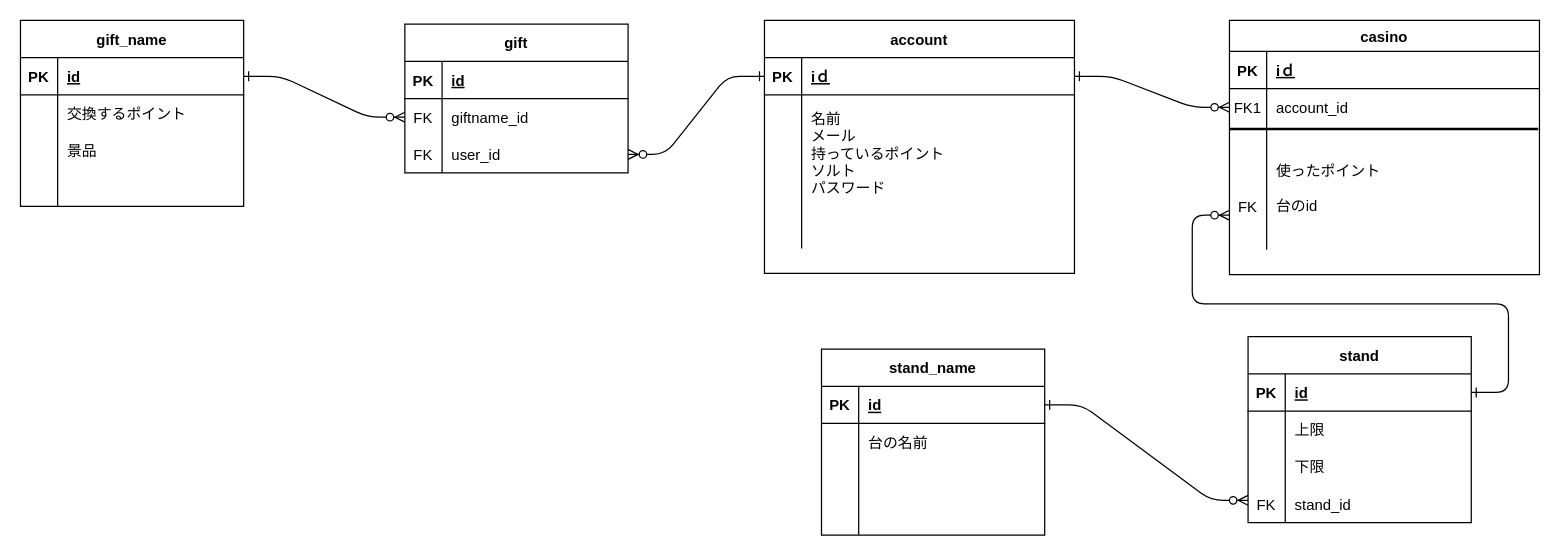
Above: ER図.drawio in tsushima3074/Hackathon_casino (draw.io), before the change. Source tidied: cells renumbered, new cells numbered last; positions are measured from the earlier drawing's top-left corner, leaving out a move shared by most shapes. Both pictures are drawn from the tidied source at 124%, with x=0, y=0 at pixel (20, 20).
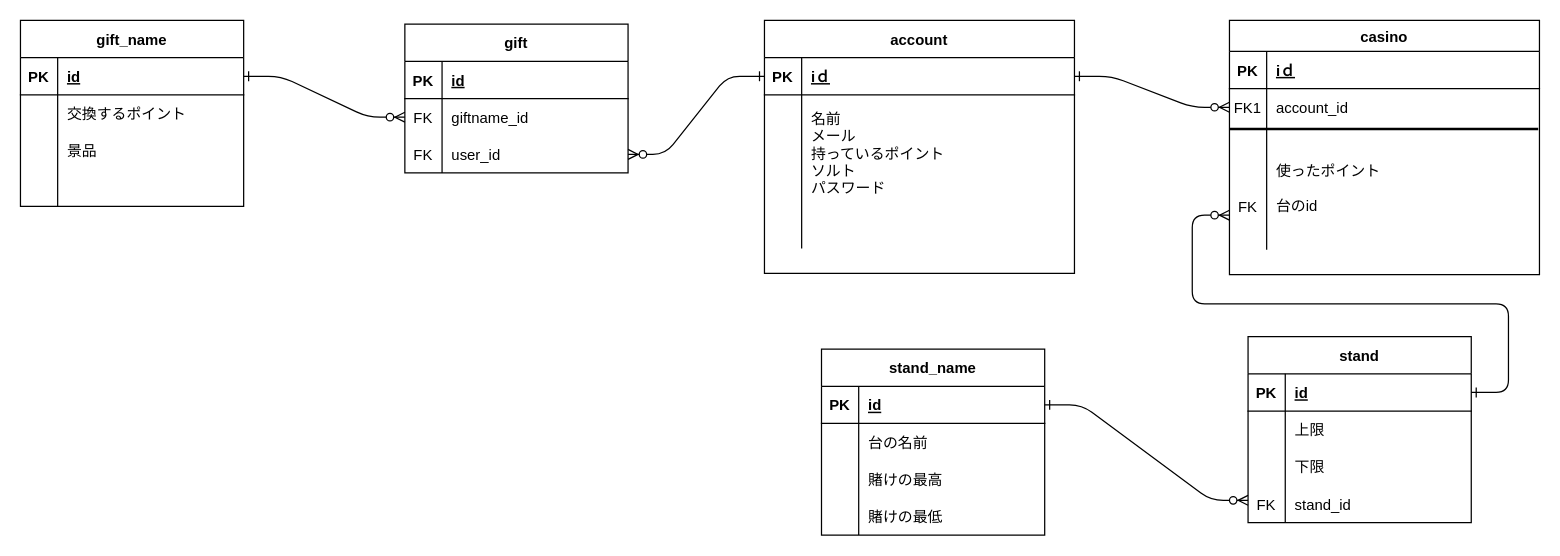
The same page after the edit.

The change refers to these unchanged cells:
```xml
<mxCell id="44" style="shape=tableRow;horizontal=0;startSize=0;swimlaneHead=0;swimlaneBody=0;fillColor=none;top=0;left=0;right=0;bottom=0;" parent="37" vertex="1">
  <mxGeometry y="90" width="180" height="30" as="geometry" />
</mxCell>
<mxCell id="47" style="shape=tableRow;horizontal=0;startSize=0;swimlaneHead=0;swimlaneBody=0;fillColor=none;top=0;left=0;right=0;bottom=0;" parent="37" vertex="1">
  <mxGeometry y="120" width="180" height="30" as="geometry" />
</mxCell>
```

Change to the diagram source:
```diff
@@
-    <mxCell id="46" style="shape=partialRectangle;fillColor=none;top=0;left=0;bottom=0;right=0;align=left;spacingLeft=6;overflow=hidden;" parent="44" vertex="1">
+    <mxCell id="46" value="賭けの最高" style="shape=partialRectangle;fillColor=none;top=0;left=0;bottom=0;right=0;align=left;spacingLeft=6;overflow=hidden;" parent="44" vertex="1">
       <mxGeometry x="30" width="150" height="30" as="geometry" />
     </mxCell>
@@
-    <mxCell id="49" style="shape=partialRectangle;fillColor=none;top=0;left=0;bottom=0;right=0;align=left;spacingLeft=6;overflow=hidden;" parent="47" vertex="1">
+    <mxCell id="49" value="賭けの最低" style="shape=partialRectangle;fillColor=none;top=0;left=0;bottom=0;right=0;align=left;spacingLeft=6;overflow=hidden;" parent="47" vertex="1">
       <mxGeometry x="30" width="150" height="30" as="geometry" />
     </mxCell>
```
